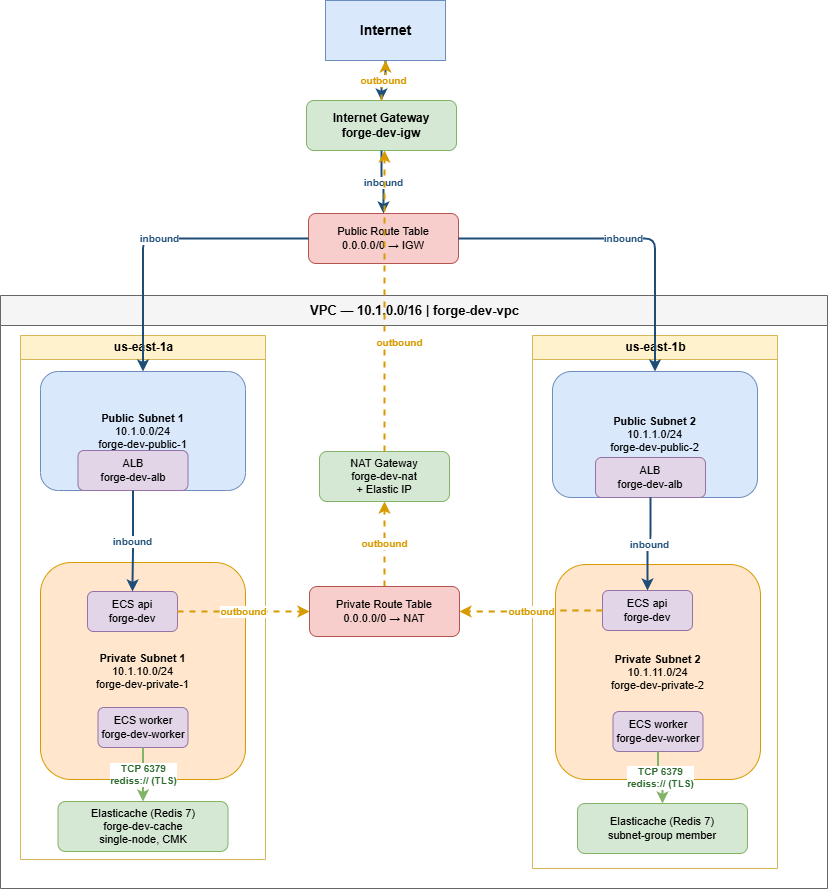
Above: docs/diagrams/NGX_Networking.png in njrenaissance/ngx (draw.io), before the change. Source tidied: cells renumbered, new cells last; positions are measured from the earlier drawing's top-left corner, leaving out a move shared by most shapes.
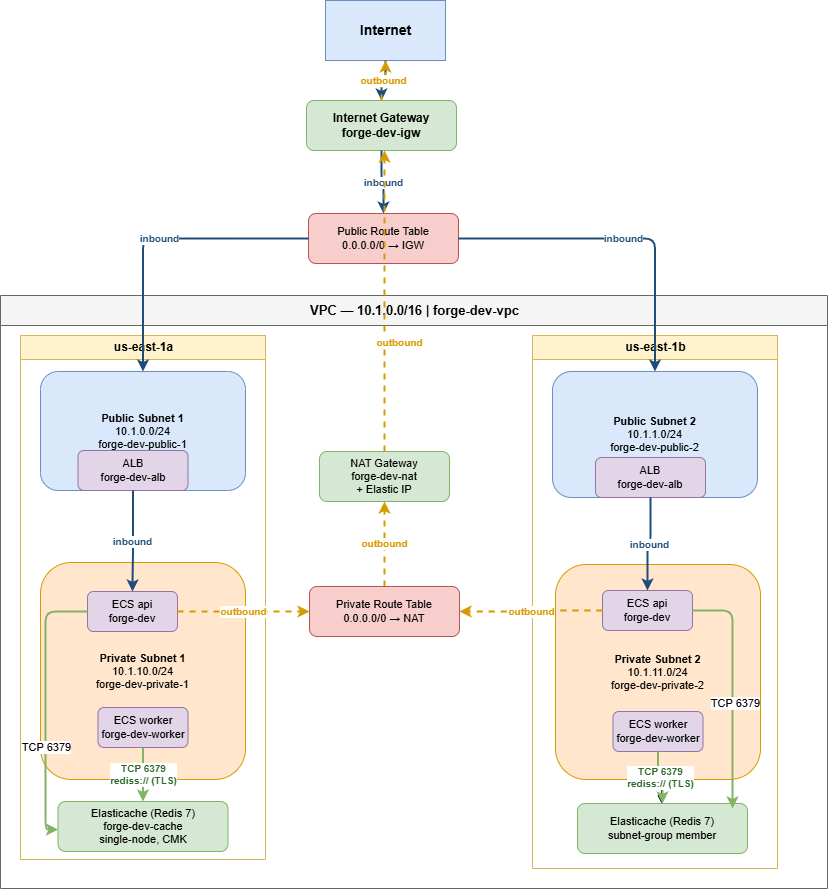
The same file after the commit.

Commit message:
chore: added arrows showing flow from FastAPI to Elasticache

The edit, as a diff of the source:
```diff
@@ -41,6 +41,17 @@
     <mxCell id="14" value="TCP 6379&#10;rediss:// (TLS)" style="edgeStyle=orthogonalEdgeStyle;html=1;strokeColor=#82b366;strokeWidth=2;fontColor=#2d6a2d;fontStyle=1;fontSize=10;" parent="6" edge="1" source="11" target="12">
       <mxGeometry relative="1" as="geometry" />
     </mxCell>
+    <mxCell id="35" style="edgeStyle=orthogonalEdgeStyle;html=1;exitX=0;exitY=0.5;exitDx=0;exitDy=0;fillColor=#d5e8d4;strokeColor=#82b366;strokeWidth=2;" parent="6" edge="1" source="10" target="12">
+      <mxGeometry relative="1" as="geometry">
+        <Array as="points">
+          <mxPoint x="25" y="276" />
+          <mxPoint x="25" y="494" />
+        </Array>
+      </mxGeometry>
+    </mxCell>
+    <mxCell id="36" value="TCP 6379" style="edgeLabel;html=1;align=center;verticalAlign=middle;" parent="35" vertex="1">
+      <mxGeometry x="0.3" relative="1" as="geometry" />
+    </mxCell>
     <mxCell id="15" value="us-east-1b" style="swimlane;startSize=24;fillColor=#fff2cc;strokeColor=#d6b656;fontStyle=1;fontSize=12;html=1;" parent="5" vertex="1">
       <mxGeometry x="532" y="40" width="245" height="533" as="geometry" />
     </mxCell>
@@ -50,6 +61,9 @@
     <mxCell id="17" value="ALB&#10;forge-dev-alb" style="rounded=1;whiteSpace=wrap;html=1;fillColor=#e1d5e7;strokeColor=#9673a6;fontSize=11;" parent="15" vertex="1">
       <mxGeometry x="63" y="122" width="110" height="40" as="geometry" />
     </mxCell>
+    <mxCell id="37" style="edgeStyle=none;html=1;" parent="15" edge="1" source="18" target="21">
+      <mxGeometry relative="1" as="geometry" />
+    </mxCell>
     <mxCell id="18" value="&lt;b&gt;Private Subnet 2&lt;/b&gt;&#10;10.1.11.0/24&#10;forge-dev-private-2" style="rounded=1;whiteSpace=wrap;html=1;fillColor=#ffe6cc;strokeColor=#d79b00;fontSize=11;" parent="15" vertex="1">
       <mxGeometry x="23" y="229" width="205" height="215" as="geometry" />
     </mxCell>
@@ -68,6 +82,12 @@
     <mxCell id="23" value="TCP 6379&#10;rediss:// (TLS)" style="edgeStyle=orthogonalEdgeStyle;html=1;strokeColor=#82b366;strokeWidth=2;fontColor=#2d6a2d;fontStyle=1;fontSize=10;" parent="15" edge="1" source="20" target="21">
       <mxGeometry relative="1" as="geometry" />
     </mxCell>
+    <mxCell id="38" style="edgeStyle=orthogonalEdgeStyle;html=1;entryX=0.912;entryY=0.1;entryDx=0;entryDy=0;exitX=1;exitY=0.5;exitDx=0;exitDy=0;entryPerimeter=0;fillColor=#d5e8d4;strokeColor=#82b366;strokeWidth=2;" parent="15" edge="1" source="19" target="21">
+      <mxGeometry relative="1" as="geometry" />
+    </mxCell>
+    <mxCell id="39" value="TCP 6379" style="edgeLabel;html=1;align=center;verticalAlign=middle;" parent="38" vertex="1">
+      <mxGeometry x="0.12" y="2" relative="1" as="geometry" />
+    </mxCell>
     <mxCell id="24" value="outbound" style="edgeStyle=orthogonalEdgeStyle;html=1;strokeColor=#d79b00;strokeWidth=2;fontColor=#d79b00;fontStyle=1;fontSize=10;dashed=1;" parent="5" edge="1" source="10" target="26">
       <mxGeometry relative="1" as="geometry" />
     </mxCell>
```
